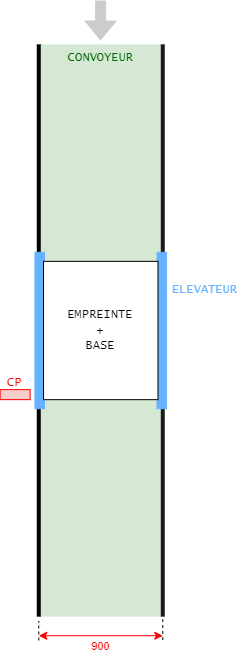
This is installation-cv-principal.png from joriszuretti/esirem, a draw.io export, as it was before one commit. Source tidied: cells renumbered, new cells last; positions are measured from the earlier drawing's top-left corner, leaving out a move shared by most shapes.
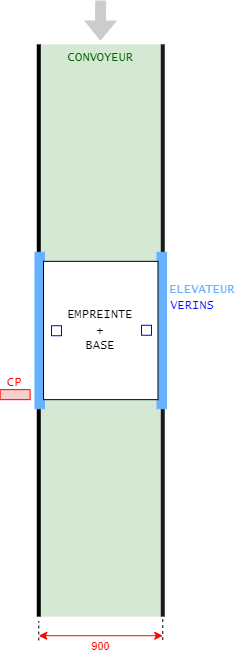
Later version of the same file.

Commit message:
Mettre à jour installation-cv-principal.png

The edit, as a diff of the source:
```diff
@@ -52,7 +52,7 @@
       <mxGeometry x="82" y="260.8" width="114.5" height="138.3" as="geometry" />
     </mxCell>
     <mxCell id="14" value="&lt;font color=&quot;#66b2ff&quot; face=&quot;Lucida Console&quot;&gt;ELEVATEUR&lt;/font&gt;" style="text;html=1;strokeColor=none;fillColor=none;align=center;verticalAlign=middle;whiteSpace=wrap;rounded=0;fontColor=#0000FF;" parent="1" vertex="1">
-      <mxGeometry x="228.7" y="282.3" width="28.6" height="14.3" as="geometry" />
+      <mxGeometry x="221.3" y="282.3" width="40" height="14.3" as="geometry" />
     </mxCell>
     <mxCell id="15" style="rounded=0;whiteSpace=wrap;html=1;fillColor=#f8cecc;strokeColor=#FF0000;" parent="1" vertex="1">
       <mxGeometry x="38.6" y="389.2" width="30" height="10" as="geometry" />
@@ -63,5 +63,14 @@
         <mxPoint x="138.9" y="40" as="targetPoint" />
       </mxGeometry>
     </mxCell>
+    <mxCell id="17" style="rounded=0;whiteSpace=wrap;html=1;fillColor=#FFFFFF;strokeColor=#0000FF;verticalAlign=middle;" parent="1" vertex="1">
+      <mxGeometry x="90" y="325.2" width="10" height="10" as="geometry" />
+    </mxCell>
+    <mxCell id="18" style="rounded=0;whiteSpace=wrap;html=1;fillColor=#FFFFFF;strokeColor=#0000FF;verticalAlign=middle;" parent="1" vertex="1">
+      <mxGeometry x="180" y="324.8" width="10" height="10" as="geometry" />
+    </mxCell>
+    <mxCell id="19" value="&lt;font face=&quot;Lucida Console&quot;&gt;VERINS&lt;/font&gt;" style="text;html=1;strokeColor=none;fillColor=none;align=center;verticalAlign=middle;whiteSpace=wrap;rounded=0;fontColor=#0000FF;" parent="1" vertex="1">
+      <mxGeometry x="201.3" y="290" width="60" height="30" as="geometry" />
+    </mxCell>
   </root>
 </mxGraphModel>
```
